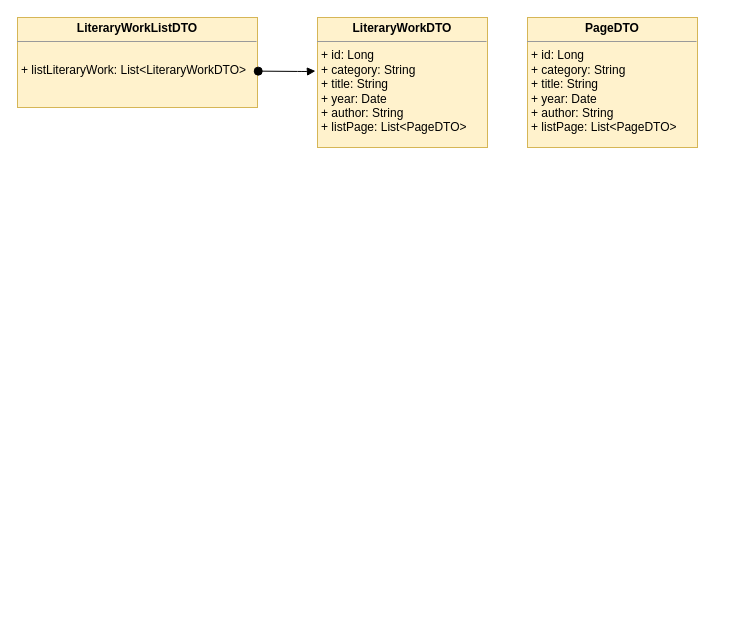
Earlier version of the draw.io diagram doc/Models/MVC Diagrams/DTO.drawio (giodag/eagleLibrary). Source tidied: cells renumbered, new cells numbered last; positions are measured from the earlier drawing's top-left corner, leaving out a move shared by most shapes. Both pictures are drawn from the tidied source at 100%, with x=0, y=0 at pixel (17, 17).
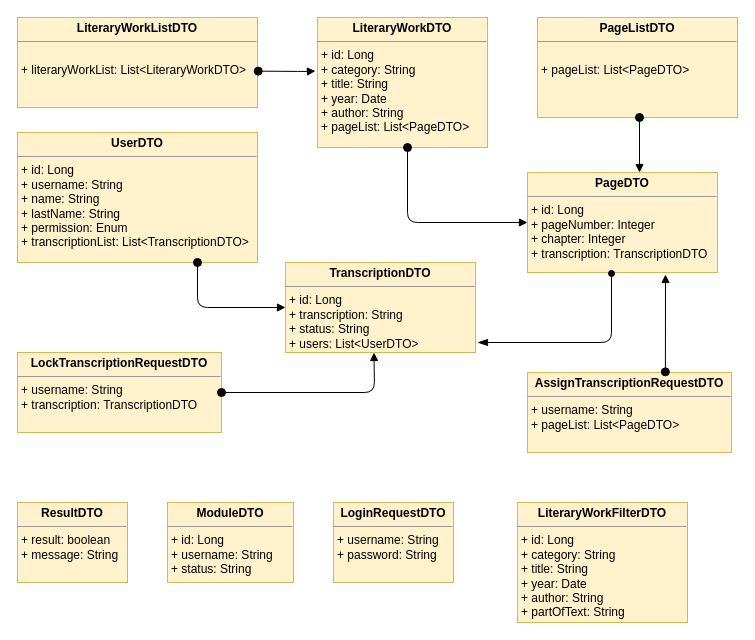
The same page after the edit.

The edit, as a diff of the source:
```diff
@@
-    <mxCell id="2" value="&lt;p style=&quot;margin: 0px ; margin-top: 4px ; text-align: center&quot;&gt;&lt;b&gt;LiteraryWorkDTO&lt;/b&gt;&lt;/p&gt;&lt;hr size=&quot;1&quot;&gt;&lt;p style=&quot;margin: 0px ; margin-left: 4px&quot;&gt;+ id: Long&lt;/p&gt;&lt;p style=&quot;margin: 0px ; margin-left: 4px&quot;&gt;+ category: String&lt;/p&gt;&lt;p style=&quot;margin: 0px ; margin-left: 4px&quot;&gt;+ title: String&lt;/p&gt;&lt;p style=&quot;margin: 0px ; margin-left: 4px&quot;&gt;+ year: Date&lt;/p&gt;&lt;p style=&quot;margin: 0px ; margin-left: 4px&quot;&gt;+ author: String&lt;/p&gt;&lt;p style=&quot;margin: 0px ; margin-left: 4px&quot;&gt;+ listPage:&amp;nbsp;List&amp;lt;PageDTO&amp;gt;&lt;/p&gt;&lt;p style=&quot;margin: 0px ; margin-left: 4px&quot;&gt;&lt;br&gt;&lt;/p&gt;" style="verticalAlign=top;align=left;overflow=fill;fontSize=12;fontFamily=Helvetica;html=1;fillColor=#fff2cc;strokeColor=#d6b656;" parent="1" vertex="1">
+    <mxCell id="2" value="&lt;p style=&quot;margin: 0px ; margin-top: 4px ; text-align: center&quot;&gt;&lt;b&gt;LiteraryWorkDTO&lt;/b&gt;&lt;/p&gt;&lt;hr size=&quot;1&quot;&gt;&lt;p style=&quot;margin: 0px ; margin-left: 4px&quot;&gt;+ id: Long&lt;/p&gt;&lt;p style=&quot;margin: 0px ; margin-left: 4px&quot;&gt;+ category: String&lt;/p&gt;&lt;p style=&quot;margin: 0px ; margin-left: 4px&quot;&gt;+ title: String&lt;/p&gt;&lt;p style=&quot;margin: 0px ; margin-left: 4px&quot;&gt;+ year: Date&lt;/p&gt;&lt;p style=&quot;margin: 0px ; margin-left: 4px&quot;&gt;+ author: String&lt;/p&gt;&lt;p style=&quot;margin: 0px ; margin-left: 4px&quot;&gt;+ pageList:&amp;nbsp;List&amp;lt;PageDTO&amp;gt;&lt;/p&gt;&lt;p style=&quot;margin: 0px ; margin-left: 4px&quot;&gt;&lt;br&gt;&lt;/p&gt;" style="verticalAlign=top;align=left;overflow=fill;fontSize=12;fontFamily=Helvetica;html=1;fillColor=#fff2cc;strokeColor=#d6b656;" parent="1" vertex="1">
       <mxGeometry x="300" width="170" height="130" as="geometry" />
     </mxCell>
-    <mxCell id="3" value="&lt;p style=&quot;margin: 0px ; margin-top: 4px ; text-align: center&quot;&gt;&lt;b&gt;LiteraryWorkListDTO&lt;/b&gt;&lt;/p&gt;&lt;hr size=&quot;1&quot;&gt;&lt;p style=&quot;margin: 0px ; margin-left: 4px&quot;&gt;&lt;br&gt;&lt;/p&gt;&lt;p style=&quot;margin: 0px ; margin-left: 4px&quot;&gt;+ listLiteraryWork:&amp;nbsp;List&amp;lt;LiteraryWorkDTO&amp;gt;&lt;/p&gt;&lt;p style=&quot;margin: 0px ; margin-left: 4px&quot;&gt;&lt;br&gt;&lt;/p&gt;" style="verticalAlign=top;align=left;overflow=fill;fontSize=12;fontFamily=Helvetica;html=1;fillColor=#fff2cc;strokeColor=#d6b656;" parent="1" vertex="1">
+    <mxCell id="3" value="&lt;p style=&quot;margin: 0px ; margin-top: 4px ; text-align: center&quot;&gt;&lt;b&gt;LiteraryWorkListDTO&lt;/b&gt;&lt;/p&gt;&lt;hr size=&quot;1&quot;&gt;&lt;p style=&quot;margin: 0px ; margin-left: 4px&quot;&gt;&lt;br&gt;&lt;/p&gt;&lt;p style=&quot;margin: 0px ; margin-left: 4px&quot;&gt;+ literaryWorkList:&amp;nbsp;List&amp;lt;LiteraryWorkDTO&amp;gt;&lt;/p&gt;&lt;p style=&quot;margin: 0px ; margin-left: 4px&quot;&gt;&lt;br&gt;&lt;/p&gt;" style="verticalAlign=top;align=left;overflow=fill;fontSize=12;fontFamily=Helvetica;html=1;fillColor=#fff2cc;strokeColor=#d6b656;" parent="1" vertex="1">
       <mxGeometry width="240" height="90" as="geometry" />
     </mxCell>
@@
-    <mxCell id="5" value="&lt;p style=&quot;margin: 0px ; margin-top: 4px ; text-align: center&quot;&gt;&lt;b&gt;PageDTO&lt;/b&gt;&lt;/p&gt;&lt;hr size=&quot;1&quot;&gt;&lt;p style=&quot;margin: 0px ; margin-left: 4px&quot;&gt;+ id: Long&lt;/p&gt;&lt;p style=&quot;margin: 0px ; margin-left: 4px&quot;&gt;+ category: String&lt;/p&gt;&lt;p style=&quot;margin: 0px ; margin-left: 4px&quot;&gt;+ title: String&lt;/p&gt;&lt;p style=&quot;margin: 0px ; margin-left: 4px&quot;&gt;+ year: Date&lt;/p&gt;&lt;p style=&quot;margin: 0px ; margin-left: 4px&quot;&gt;+ author: String&lt;/p&gt;&lt;p style=&quot;margin: 0px ; margin-left: 4px&quot;&gt;+ listPage:&amp;nbsp;List&amp;lt;PageDTO&amp;gt;&lt;/p&gt;&lt;p style=&quot;margin: 0px ; margin-left: 4px&quot;&gt;&lt;br&gt;&lt;/p&gt;" style="verticalAlign=top;align=left;overflow=fill;fontSize=12;fontFamily=Helvetica;html=1;fillColor=#fff2cc;strokeColor=#d6b656;" parent="1" vertex="1">
-      <mxGeometry x="510" width="170" height="130" as="geometry" />
+    <mxCell id="5" value="&lt;p style=&quot;margin: 0px ; margin-top: 4px ; text-align: center&quot;&gt;&lt;b&gt;PageDTO&lt;/b&gt;&lt;/p&gt;&lt;hr size=&quot;1&quot;&gt;&lt;p style=&quot;margin: 0px ; margin-left: 4px&quot;&gt;+ id: Long&lt;/p&gt;&lt;p style=&quot;margin: 0px ; margin-left: 4px&quot;&gt;+ pageNumber: Integer&lt;/p&gt;&lt;p style=&quot;margin: 0px ; margin-left: 4px&quot;&gt;+ chapter: Integer&lt;/p&gt;&lt;p style=&quot;margin: 0px ; margin-left: 4px&quot;&gt;+ transcription:&amp;nbsp;TranscriptionDTO&lt;/p&gt;&lt;p style=&quot;margin: 0px ; margin-left: 4px&quot;&gt;&lt;br&gt;&lt;/p&gt;" style="verticalAlign=top;align=left;overflow=fill;fontSize=12;fontFamily=Helvetica;html=1;fillColor=#fff2cc;strokeColor=#d6b656;" parent="1" vertex="1">
+      <mxGeometry x="510" y="155" width="190" height="100" as="geometry" />
     </mxCell>
+    <mxCell id="6" style="html=1;verticalAlign=bottom;startArrow=oval;startFill=1;endArrow=block;startSize=8;" parent="1" edge="1" target="5">
+      <mxGeometry x="-0.14" y="-19" relative="1" as="geometry">
+        <mxPoint x="390" y="130" as="sourcePoint" />
+        <Array as="points">
+          <mxPoint x="390" y="205" />
+        </Array>
+      </mxGeometry>
+    </mxCell>
+    <mxCell id="7" value="&lt;p style=&quot;margin: 0px ; margin-top: 4px ; text-align: center&quot;&gt;&lt;b&gt;PageListDTO&lt;/b&gt;&lt;/p&gt;&lt;hr size=&quot;1&quot;&gt;&lt;p style=&quot;margin: 0px ; margin-left: 4px&quot;&gt;&lt;br&gt;&lt;/p&gt;&lt;p style=&quot;margin: 0px ; margin-left: 4px&quot;&gt;+ pageList: List&amp;lt;PageDTO&amp;gt;&lt;/p&gt;" style="verticalAlign=top;align=left;overflow=fill;fontSize=12;fontFamily=Helvetica;html=1;fillColor=#fff2cc;strokeColor=#d6b656;" parent="1" vertex="1">
+      <mxGeometry x="520" width="200" height="100" as="geometry" />
+    </mxCell>
+    <mxCell id="8" style="html=1;verticalAlign=bottom;startArrow=oval;startFill=1;endArrow=block;startSize=8;" parent="1" edge="1">
+      <mxGeometry x="-0.14" y="-19" relative="1" as="geometry">
+        <mxPoint x="622" y="100" as="sourcePoint" />
+        <mxPoint x="622" y="155" as="targetPoint" />
+      </mxGeometry>
+    </mxCell>
+    <mxCell id="9" value="&lt;p style=&quot;margin: 0px ; margin-top: 4px ; text-align: center&quot;&gt;&lt;b&gt;TranscriptionDTO&lt;/b&gt;&lt;/p&gt;&lt;hr size=&quot;1&quot;&gt;&lt;p style=&quot;margin: 0px ; margin-left: 4px&quot;&gt;+ id: Long&lt;/p&gt;&lt;p style=&quot;margin: 0px ; margin-left: 4px&quot;&gt;+ transcription: String&lt;/p&gt;&lt;p style=&quot;margin: 0px ; margin-left: 4px&quot;&gt;+ status: String&lt;/p&gt;&lt;p style=&quot;margin: 0px ; margin-left: 4px&quot;&gt;+ users:&amp;nbsp;List&amp;lt;UserDTO&amp;gt;&lt;/p&gt;&lt;p style=&quot;margin: 0px ; margin-left: 4px&quot;&gt;&lt;br&gt;&lt;/p&gt;" style="verticalAlign=top;align=left;overflow=fill;fontSize=12;fontFamily=Helvetica;html=1;fillColor=#fff2cc;strokeColor=#d6b656;" parent="1" vertex="1">
+      <mxGeometry x="268" y="245" width="190" height="90" as="geometry" />
+    </mxCell>
+    <mxCell id="10" style="html=1;verticalAlign=bottom;startArrow=blockThin;startFill=1;endArrow=oval;startSize=8;endFill=1;" parent="1" edge="1">
+      <mxGeometry x="-0.14" y="-19" relative="1" as="geometry">
+        <mxPoint x="460" y="325" as="sourcePoint" />
+        <mxPoint x="594" y="256" as="targetPoint" />
+        <Array as="points">
+          <mxPoint x="594" y="325" />
+        </Array>
+      </mxGeometry>
+    </mxCell>
+    <mxCell id="11" value="&lt;p style=&quot;margin: 0px ; margin-top: 4px ; text-align: center&quot;&gt;&lt;b&gt;UserDTO&lt;/b&gt;&lt;/p&gt;&lt;hr size=&quot;1&quot;&gt;&lt;p style=&quot;margin: 0px ; margin-left: 4px&quot;&gt;+ id: Long&lt;/p&gt;&lt;p style=&quot;margin: 0px ; margin-left: 4px&quot;&gt;+ username: String&lt;/p&gt;&lt;p style=&quot;margin: 0px ; margin-left: 4px&quot;&gt;+ name: String&lt;/p&gt;&lt;p style=&quot;margin: 0px ; margin-left: 4px&quot;&gt;+ lastName: String&lt;/p&gt;&lt;p style=&quot;margin: 0px ; margin-left: 4px&quot;&gt;+ permission: Enum&lt;/p&gt;&lt;p style=&quot;margin: 0px ; margin-left: 4px&quot;&gt;+ transcriptionList:&amp;nbsp;List&amp;lt;TranscriptionDTO&amp;gt;&lt;/p&gt;&lt;p style=&quot;margin: 0px ; margin-left: 4px&quot;&gt;&lt;br&gt;&lt;/p&gt;" style="verticalAlign=top;align=left;overflow=fill;fontSize=12;fontFamily=Helvetica;html=1;fillColor=#fff2cc;strokeColor=#d6b656;" parent="1" vertex="1">
+      <mxGeometry y="115" width="240" height="130" as="geometry" />
+    </mxCell>
+    <mxCell id="12" style="html=1;verticalAlign=bottom;startArrow=oval;startFill=1;endArrow=block;startSize=8;entryX=0;entryY=0.5;entryDx=0;entryDy=0;exitX=0.75;exitY=1;exitDx=0;exitDy=0;" parent="1" edge="1" source="11" target="9">
+      <mxGeometry x="-0.14" y="-19" relative="1" as="geometry">
+        <Array as="points">
+          <mxPoint x="180" y="290" />
+        </Array>
+      </mxGeometry>
+    </mxCell>
+    <mxCell id="13" value="&lt;p style=&quot;margin: 0px ; margin-top: 4px ; text-align: center&quot;&gt;&lt;b&gt;AssignTranscriptionRequestDTO&lt;/b&gt;&lt;/p&gt;&lt;hr size=&quot;1&quot;&gt;&lt;p style=&quot;margin: 0px ; margin-left: 4px&quot;&gt;&lt;span&gt;+ username:&amp;nbsp;String&lt;/span&gt;&lt;br&gt;&lt;/p&gt;&lt;p style=&quot;margin: 0px ; margin-left: 4px&quot;&gt;&lt;span&gt;+ pageList: List&amp;lt;PageDTO&amp;gt;&lt;/span&gt;&lt;/p&gt;&lt;p style=&quot;margin: 0px ; margin-left: 4px&quot;&gt;&lt;br&gt;&lt;/p&gt;" style="verticalAlign=top;align=left;overflow=fill;fontSize=12;fontFamily=Helvetica;html=1;fillColor=#fff2cc;strokeColor=#d6b656;" parent="1" vertex="1">
+      <mxGeometry x="510" y="355" width="204" height="80" as="geometry" />
+    </mxCell>
+    <mxCell id="14" style="html=1;verticalAlign=bottom;startArrow=oval;startFill=1;endArrow=block;startSize=8;exitX=0.676;exitY=-0.008;exitDx=0;exitDy=0;exitPerimeter=0;" parent="1" edge="1" source="13">
+      <mxGeometry x="-0.14" y="-19" relative="1" as="geometry">
+        <mxPoint x="648" y="257" as="targetPoint" />
+      </mxGeometry>
+    </mxCell>
+    <mxCell id="15" value="&lt;p style=&quot;margin: 0px ; margin-top: 4px ; text-align: center&quot;&gt;&lt;b&gt;LockTranscriptionRequestDTO&lt;/b&gt;&lt;/p&gt;&lt;hr size=&quot;1&quot;&gt;&lt;p style=&quot;margin: 0px ; margin-left: 4px&quot;&gt;&lt;span&gt;+ username:&amp;nbsp;String&lt;/span&gt;&lt;br&gt;&lt;/p&gt;&lt;p style=&quot;margin: 0px ; margin-left: 4px&quot;&gt;&lt;span&gt;+ transcription: TranscriptionDTO&lt;/span&gt;&lt;/p&gt;&lt;p style=&quot;margin: 0px ; margin-left: 4px&quot;&gt;&lt;br&gt;&lt;/p&gt;" style="verticalAlign=top;align=left;overflow=fill;fontSize=12;fontFamily=Helvetica;html=1;fillColor=#fff2cc;strokeColor=#d6b656;" parent="1" vertex="1">
+      <mxGeometry y="335" width="204" height="80" as="geometry" />
+    </mxCell>
+    <mxCell id="16" style="html=1;verticalAlign=bottom;startArrow=oval;startFill=1;endArrow=block;startSize=8;exitX=1;exitY=0.5;exitDx=0;exitDy=0;" parent="1" edge="1" source="15">
+      <mxGeometry x="-0.14" y="-19" relative="1" as="geometry">
+        <mxPoint x="356.5" y="335" as="targetPoint" />
+        <Array as="points">
+          <mxPoint x="357" y="375" />
+        </Array>
+      </mxGeometry>
+    </mxCell>
+    <mxCell id="17" value="&lt;p style=&quot;margin: 0px ; margin-top: 4px ; text-align: center&quot;&gt;&lt;b&gt;ResultDTO&lt;/b&gt;&lt;/p&gt;&lt;hr size=&quot;1&quot;&gt;&lt;p style=&quot;margin: 0px ; margin-left: 4px&quot;&gt;&lt;span&gt;+ result:&amp;nbsp;boolean&lt;/span&gt;&lt;br&gt;&lt;/p&gt;&lt;p style=&quot;margin: 0px ; margin-left: 4px&quot;&gt;&lt;span&gt;+ message: String&lt;/span&gt;&lt;/p&gt;&lt;p style=&quot;margin: 0px ; margin-left: 4px&quot;&gt;&lt;br&gt;&lt;/p&gt;" style="verticalAlign=top;align=left;overflow=fill;fontSize=12;fontFamily=Helvetica;html=1;fillColor=#fff2cc;strokeColor=#d6b656;" parent="1" vertex="1">
+      <mxGeometry y="485" width="110" height="80" as="geometry" />
+    </mxCell>
+    <mxCell id="18" value="&lt;p style=&quot;margin: 0px ; margin-top: 4px ; text-align: center&quot;&gt;&lt;b&gt;ModuleDTO&lt;/b&gt;&lt;/p&gt;&lt;hr size=&quot;1&quot;&gt;&lt;p style=&quot;margin: 0px ; margin-left: 4px&quot;&gt;&lt;span&gt;+ id:&amp;nbsp;Long&lt;/span&gt;&lt;br&gt;&lt;/p&gt;&lt;p style=&quot;margin: 0px ; margin-left: 4px&quot;&gt;&lt;span&gt;+ username: String&lt;/span&gt;&lt;/p&gt;&lt;p style=&quot;margin: 0px ; margin-left: 4px&quot;&gt;&lt;span&gt;+ status: String&lt;/span&gt;&lt;/p&gt;&lt;p style=&quot;margin: 0px ; margin-left: 4px&quot;&gt;&lt;br&gt;&lt;/p&gt;" style="verticalAlign=top;align=left;overflow=fill;fontSize=12;fontFamily=Helvetica;html=1;fillColor=#fff2cc;strokeColor=#d6b656;" parent="1" vertex="1">
+      <mxGeometry x="150" y="485" width="126" height="80" as="geometry" />
+    </mxCell>
+    <mxCell id="19" value="&lt;p style=&quot;margin: 0px ; margin-top: 4px ; text-align: center&quot;&gt;&lt;b&gt;LoginRequestDTO&lt;/b&gt;&lt;/p&gt;&lt;hr size=&quot;1&quot;&gt;&lt;p style=&quot;margin: 0px ; margin-left: 4px&quot;&gt;&lt;span&gt;+ username:&amp;nbsp;String&lt;/span&gt;&lt;br&gt;&lt;/p&gt;&lt;p style=&quot;margin: 0px ; margin-left: 4px&quot;&gt;&lt;span&gt;+ password: String&lt;/span&gt;&lt;/p&gt;&lt;p style=&quot;margin: 0px ; margin-left: 4px&quot;&gt;&lt;br&gt;&lt;/p&gt;" style="verticalAlign=top;align=left;overflow=fill;fontSize=12;fontFamily=Helvetica;html=1;fillColor=#fff2cc;strokeColor=#d6b656;" parent="1" vertex="1">
+      <mxGeometry x="316" y="485" width="120" height="80" as="geometry" />
+    </mxCell>
+    <mxCell id="20" value="&lt;p style=&quot;margin: 0px ; margin-top: 4px ; text-align: center&quot;&gt;&lt;b&gt;LiteraryWorkFilterDTO&lt;/b&gt;&lt;/p&gt;&lt;hr size=&quot;1&quot;&gt;&lt;p style=&quot;margin: 0px ; margin-left: 4px&quot;&gt;+ id: Long&lt;/p&gt;&lt;p style=&quot;margin: 0px ; margin-left: 4px&quot;&gt;+ category: String&lt;/p&gt;&lt;p style=&quot;margin: 0px ; margin-left: 4px&quot;&gt;+ title: String&lt;/p&gt;&lt;p style=&quot;margin: 0px ; margin-left: 4px&quot;&gt;+ year: Date&lt;/p&gt;&lt;p style=&quot;margin: 0px ; margin-left: 4px&quot;&gt;+ author: String&lt;/p&gt;&lt;p style=&quot;margin: 0px ; margin-left: 4px&quot;&gt;+ partOfText:&amp;nbsp;String&lt;/p&gt;&lt;p style=&quot;margin: 0px ; margin-left: 4px&quot;&gt;&lt;br&gt;&lt;/p&gt;" style="verticalAlign=top;align=left;overflow=fill;fontSize=12;fontFamily=Helvetica;html=1;fillColor=#fff2cc;strokeColor=#d6b656;" parent="1" vertex="1">
+      <mxGeometry x="500" y="485" width="170" height="120" as="geometry" />
+    </mxCell>
```
